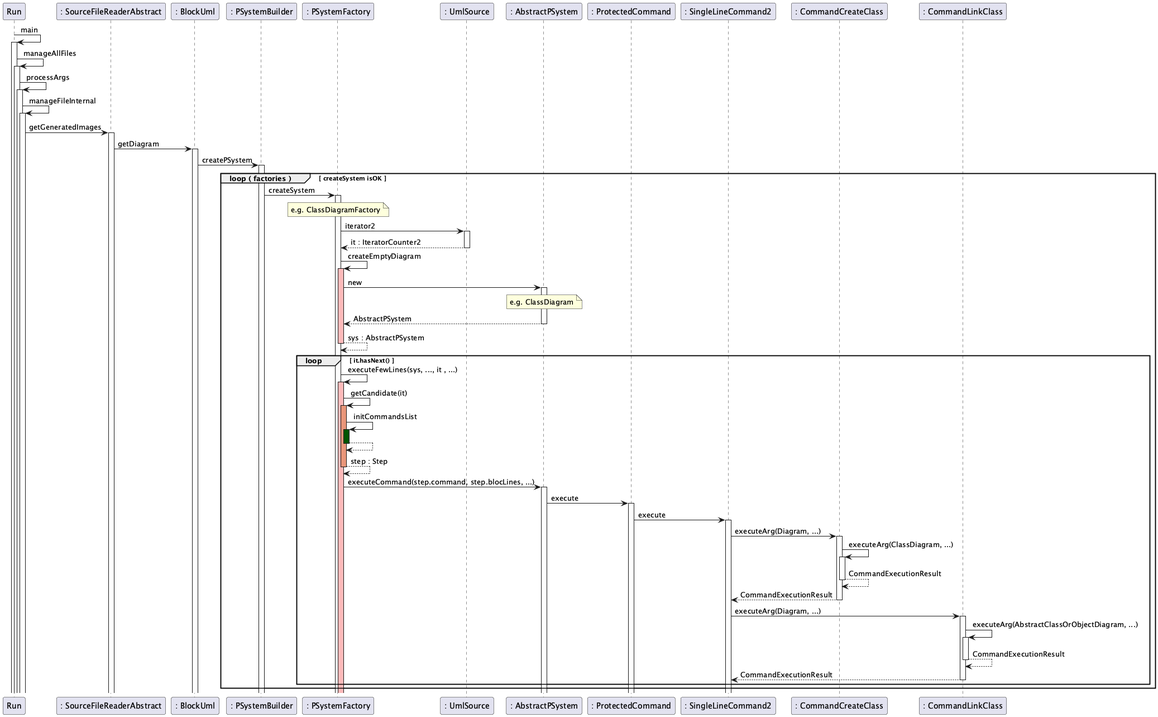
This is computer/plantuml2/シーケンス.png from sasachichito/knowledge, a PlantUML export, as it was before one commit.
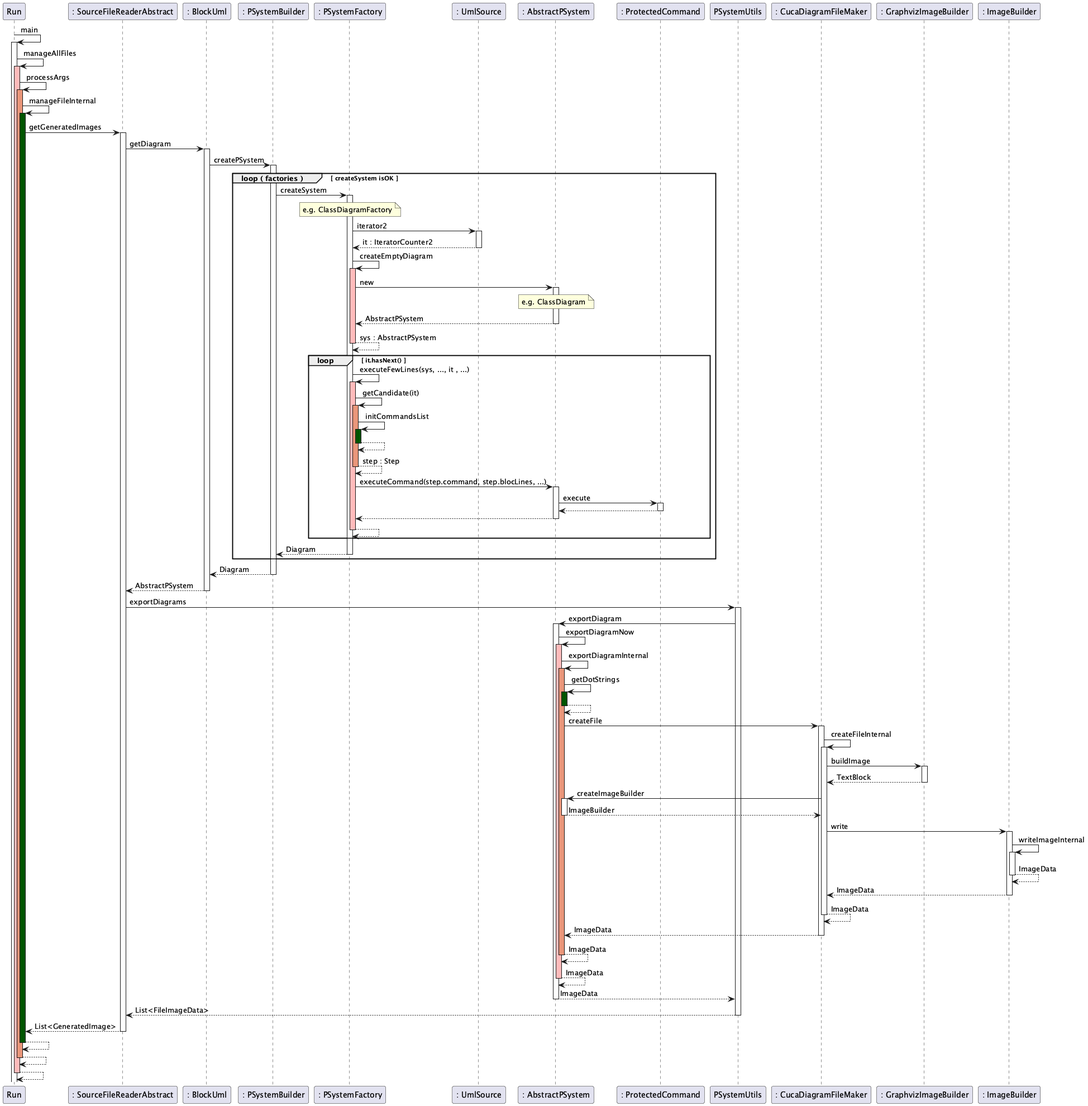
After the change.

Diff of the diagram source:
```diff
@@ -1,9 +1,9 @@
 @startuml
 autoactivate on
 Run -> Run : main
-Run -> Run : manageAllFiles
-Run -> Run : processArgs
-Run -> Run : manageFileInternal
+Run -> Run #FFBBBB : manageAllFiles
+Run -> Run #DarkSalmon : processArgs
+Run -> Run #005500 : manageFileInternal
 Run -> ": SourceFileReaderAbstract" : getGeneratedImages
 ": SourceFileReaderAbstract" -> ": BlockUml" : getDiagram
 ": BlockUml" -> ": PSystemBuilder" : createPSystem
@@ -33,16 +33,50 @@
 
     ": PSystemFactory" -> ": AbstractPSystem" : executeCommand(step.command, step.blocLines, ...)
     ": AbstractPSystem" -> ": ProtectedCommand" : execute
-    ": ProtectedCommand" -> ": SingleLineCommand2" : execute
 
-    ": SingleLineCommand2" -> ": CommandCreateClass" : executeArg(Diagram, ...)
-    ": CommandCreateClass" -> ": CommandCreateClass" : executeArg(ClassDiagram, ...)
-    return CommandExecutionResult
-    return CommandExecutionResult
-    ": SingleLineCommand2" -> ": CommandLinkClass" : executeArg(Diagram, ...)
-    ": CommandLinkClass" -> ": CommandLinkClass" : executeArg(AbstractClassOrObjectDiagram, ...)
-    return CommandExecutionResult
-    return CommandExecutionResult
+    return
+    return
+    return
   end
+  return Diagram
 end
+return Diagram
+
+return AbstractPSystem
+
+": SourceFileReaderAbstract" -> PSystemUtils : exportDiagrams
+PSystemUtils -> ": AbstractPSystem" : exportDiagram
+": AbstractPSystem" -> ": AbstractPSystem" #FFBBBB : exportDiagramNow
+": AbstractPSystem" -> ": AbstractPSystem" #DarkSalmon : exportDiagramInternal
+": AbstractPSystem" -> ": AbstractPSystem" #005500 : getDotStrings
+return
+
+": AbstractPSystem" -> ": CucaDiagramFileMaker" : createFile
+": CucaDiagramFileMaker" -> ": CucaDiagramFileMaker" : createFileInternal
+
+": CucaDiagramFileMaker" -> ": GraphvizImageBuilder" : buildImage
+return TextBlock
+
+": CucaDiagramFileMaker" -> ": AbstractPSystem" : createImageBuilder
+
+return ImageBuilder
+
+": CucaDiagramFileMaker" -> ": ImageBuilder" : write
+
+": ImageBuilder" -> ": ImageBuilder" : writeImageInternal
+
+return ImageData
+return ImageData
+return ImageData
+return ImageData
+return ImageData
+return ImageData
+return ImageData
+
+return List<FileImageData>
+return List<GeneratedImage>
+return
+return
+return
+
 @enduml
```
